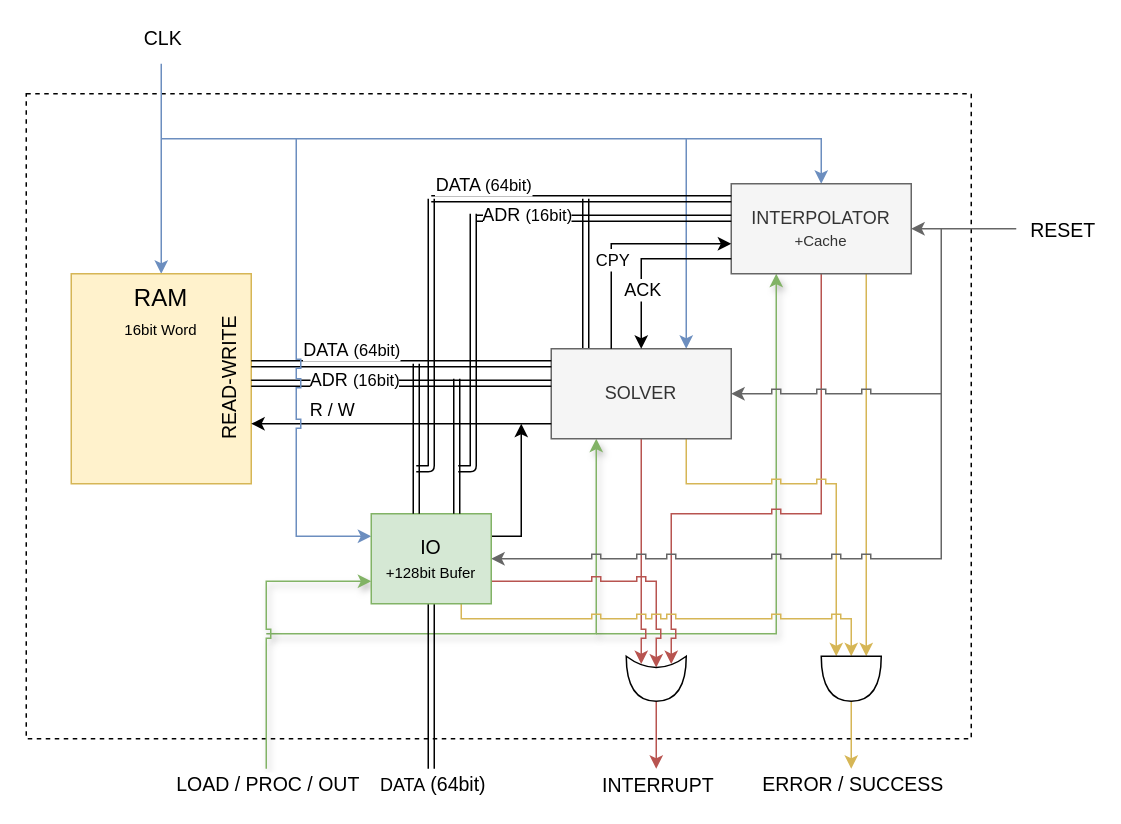
Before: page "with interp cache" (1 of 2) of d0.drawio in mido3ds/ode-solver-chip, a draw.io diagram. Source tidied: cells renumbered, new cells numbered last; positions are measured from the earlier drawing's top-left corner, leaving out a move shared by most shapes. Both pictures are drawn from the tidied source at 150%, with x=0, y=0 at pixel (26, 63).
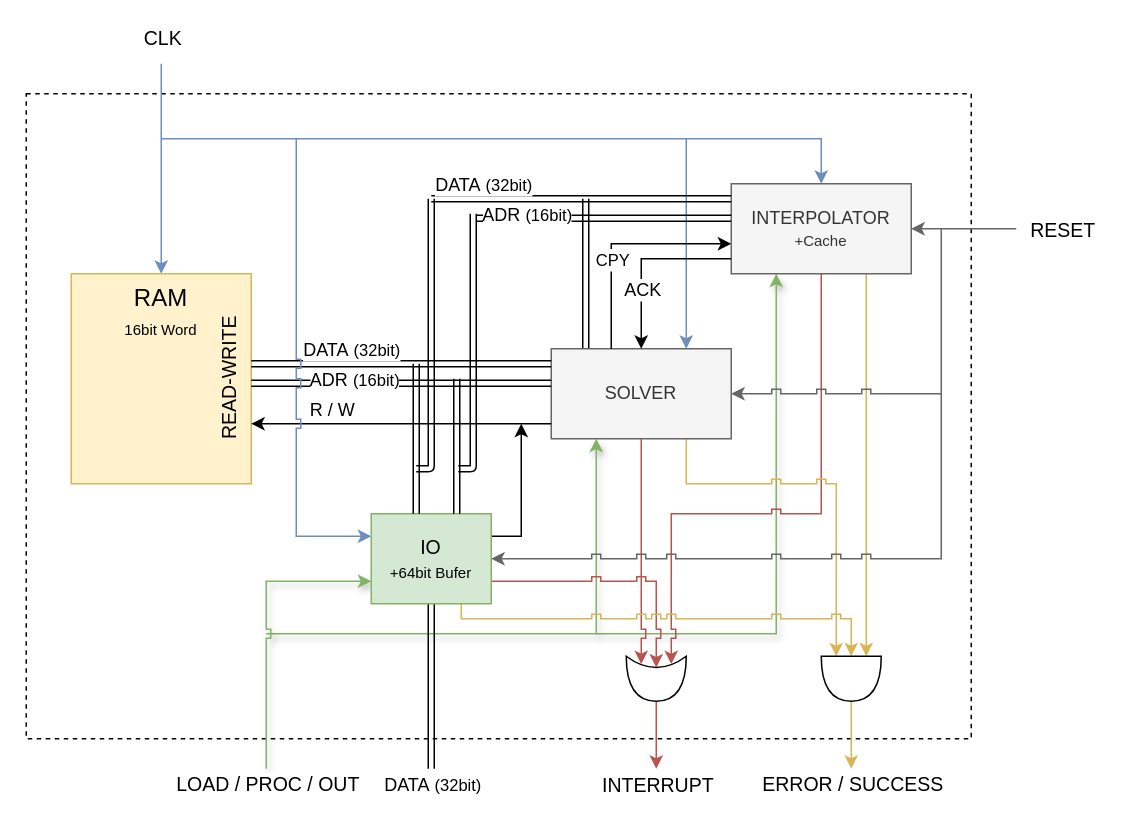
The same diagram, later.

Unchanged cells that the change refers to:
```xml
<mxCell id="20" style="shape=link;html=1;" parent="1" edge="1">
  <mxGeometry relative="1" as="geometry">
    <mxPoint x="150" y="200" as="sourcePoint" />
    <mxPoint x="350" y="200" as="targetPoint" />
  </mxGeometry>
</mxCell>
<mxCell id="26" style="shape=link;html=1;" parent="1" edge="1">
  <mxGeometry relative="1" as="geometry">
    <mxPoint x="270" y="90" as="sourcePoint" />
    <mxPoint x="470" y="90" as="targetPoint" />
  </mxGeometry>
</mxCell>
<mxCell id="32" style="edgeStyle=none;rounded=0;jumpStyle=sharp;jettySize=auto;html=1;shadow=0;startArrow=none;startFill=0;endArrow=none;endFill=0;strokeColor=#000000;fontSize=13;shape=link;" parent="1" edge="1" source="41">
  <mxGeometry relative="1" as="geometry">
    <mxPoint x="270" y="470" as="targetPoint" />
  </mxGeometry>
</mxCell>
```

Change to the diagram source:
```diff
@@
-    <mxCell id="21" value="DATA&amp;nbsp;&lt;font style=&quot;font-size: 11px&quot;&gt;(64bit)&lt;/font&gt;" style="text;html=1;align=center;verticalAlign=middle;labelBackgroundColor=#ffffff;" parent="20" vertex="1">
+    <mxCell id="21" value="DATA&amp;nbsp;&lt;font style=&quot;font-size: 11px&quot;&gt;(32bit)&lt;/font&gt;" style="text;html=1;align=center;verticalAlign=middle;labelBackgroundColor=#ffffff;" parent="20" vertex="1">
       <mxGeometry x="-0.4" y="-3" relative="1" as="geometry">
         <mxPoint x="6" y="-13" as="offset" />
       </mxGeometry>
     </mxCell>
@@
-    <mxCell id="27" value="DATA &lt;font style=&quot;font-size: 11px&quot;&gt;(64bit)&lt;/font&gt;" style="text;html=1;align=center;verticalAlign=middle;labelBackgroundColor=#ffffff;" parent="26" vertex="1">
+    <mxCell id="27" value="DATA&amp;nbsp;&lt;font style=&quot;font-size: 11px&quot;&gt;(32bit)&lt;/font&gt;" style="text;html=1;align=center;verticalAlign=middle;labelBackgroundColor=#ffffff;" parent="26" vertex="1">
       <mxGeometry x="-0.4" y="-3" relative="1" as="geometry">
         <mxPoint x="-26" y="-13" as="offset" />
       </mxGeometry>
     </mxCell>
@@
-    <mxCell id="33" value="&lt;span style=&quot;font-size: 12px&quot;&gt;DATA&amp;nbsp;&lt;/span&gt;(64bit)" style="text;html=1;align=center;verticalAlign=middle;labelBackgroundColor=#ffffff;fontSize=13;" parent="32" vertex="1">
+    <mxCell id="33" value="&lt;span style=&quot;font-size: 12px&quot;&gt;DATA&amp;nbsp;&lt;/span&gt;&lt;font style=&quot;font-size: 11px&quot;&gt;(32bit)&lt;/font&gt;" style="text;html=1;align=center;verticalAlign=middle;labelBackgroundColor=#ffffff;fontSize=13;" parent="32" vertex="1">
       <mxGeometry x="0.75" y="3" relative="1" as="geometry">
         <mxPoint x="-3" y="23.5" as="offset" />
       </mxGeometry>
     </mxCell>
@@
-    <mxCell id="41" value="IO&lt;br&gt;&lt;font style=&quot;font-size: 10px&quot;&gt;+128bit Bufer&lt;/font&gt;" style="rounded=0;whiteSpace=wrap;html=1;fontSize=13;fillColor=#d5e8d4;strokeColor=#82b366;" parent="1" vertex="1">
+    <mxCell id="41" value="IO&lt;br&gt;&lt;font style=&quot;font-size: 10px&quot;&gt;+64bit Bufer&lt;/font&gt;" style="rounded=0;whiteSpace=wrap;html=1;fontSize=13;fillColor=#d5e8d4;strokeColor=#82b366;" parent="1" vertex="1">
       <mxGeometry x="230" y="300" width="80" height="60" as="geometry" />
     </mxCell>
```
